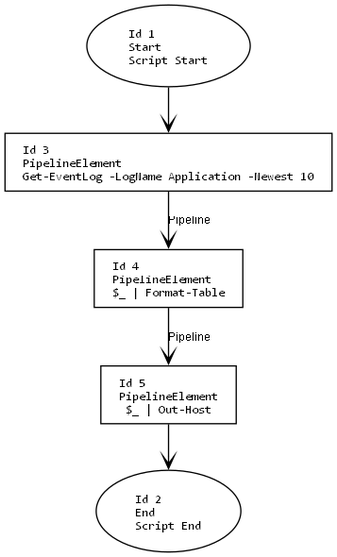
Before: in/in.png, a diagram exported from Graphviz (mine41/deob). Its source is kept beside it as in/in.dot.
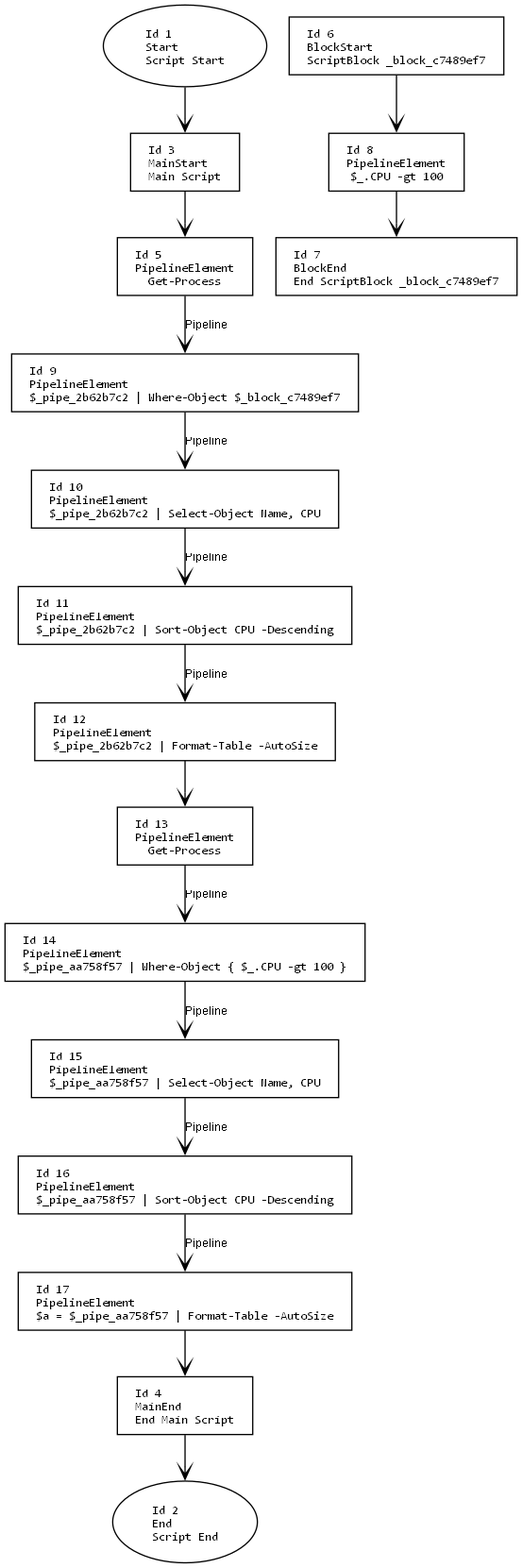
Above is the later version.

Diff of the diagram source:
```diff
@@ -12,12 +12,35 @@
 
     1 [label="Id 1\lStart\lScript Start", shape=oval];
     2 [label="Id 2\lEnd\lScript End", shape=oval];
-    3 [label="Id 3\lPipelineElement\lGet-EventLog -LogName Application -Newest 10", shape=box];
-    4 [label="Id 4\lPipelineElement\l$_ | Format-Table", shape=box];
-    5 [label="Id 5\lPipelineElement\l$_ | Out-Host", shape=box];
+    3 [label="Id 3\lMainStart\lMain Script", shape=box];
+    4 [label="Id 4\lMainEnd\lEnd Main Script", shape=box];
+    5 [label="Id 5\lPipelineElement\lGet-Process", shape=box];
+    6 [label="Id 6\lBlockStart\lScriptBlock _block_c7489ef7", shape=box];
+    7 [label="Id 7\lBlockEnd\lEnd ScriptBlock _block_c7489ef7", shape=box];
+    8 [label="Id 8\lPipelineElement\l$_.CPU -gt 100", shape=box];
+    9 [label="Id 9\lPipelineElement\l$_pipe_2b62b7c2 | Where-Object $_block_c7489ef7", shape=box];
+    10 [label="Id 10\lPipelineElement\l$_pipe_2b62b7c2 | Select-Object Name, CPU", shape=box];
+    11 [label="Id 11\lPipelineElement\l$_pipe_2b62b7c2 | Sort-Object CPU -Descending", shape=box];
+    12 [label="Id 12\lPipelineElement\l$_pipe_2b62b7c2 | Format-Table -AutoSize", shape=box];
+    13 [label="Id 13\lPipelineElement\lGet-Process", shape=box];
+    14 [label="Id 14\lPipelineElement\l$_pipe_aa758f57 | Where-Object { $_.CPU -gt 100 }", shape=box];
+    15 [label="Id 15\lPipelineElement\l$_pipe_aa758f57 | Select-Object Name, CPU", shape=box];
+    16 [label="Id 16\lPipelineElement\l$_pipe_aa758f57 | Sort-Object CPU -Descending", shape=box];
+    17 [label="Id 17\lPipelineElement\l$a = $_pipe_aa758f57 | Format-Table -AutoSize", shape=box];
 
     1 -> 3;
-    3 -> 4 [label="Pipeline"];
-    4 -> 5 [label="Pipeline"];
-    5 -> 2;
+    3 -> 5;
+    6 -> 8;
+    8 -> 7;
+    5 -> 9 [label="Pipeline"];
+    9 -> 10 [label="Pipeline"];
+    10 -> 11 [label="Pipeline"];
+    11 -> 12 [label="Pipeline"];
+    12 -> 13;
+    13 -> 14 [label="Pipeline"];
+    14 -> 15 [label="Pipeline"];
+    15 -> 16 [label="Pipeline"];
+    16 -> 17 [label="Pipeline"];
+    17 -> 4;
+    4 -> 2;
 }
```
